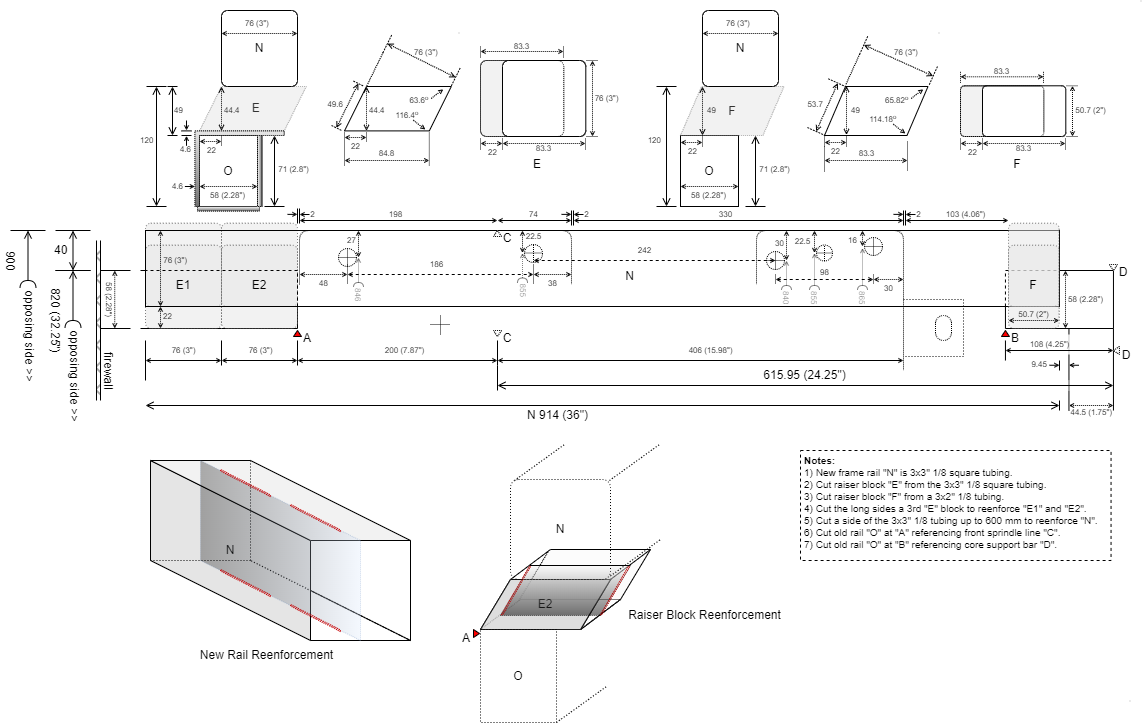
Before: 614-front-rail.png, a diagram exported from draw.io (mcgitty/mustang-614). Source tidied: cells renumbered, new cells last; positions are measured from the earlier drawing's top-left corner, leaving out a move shared by most shapes.
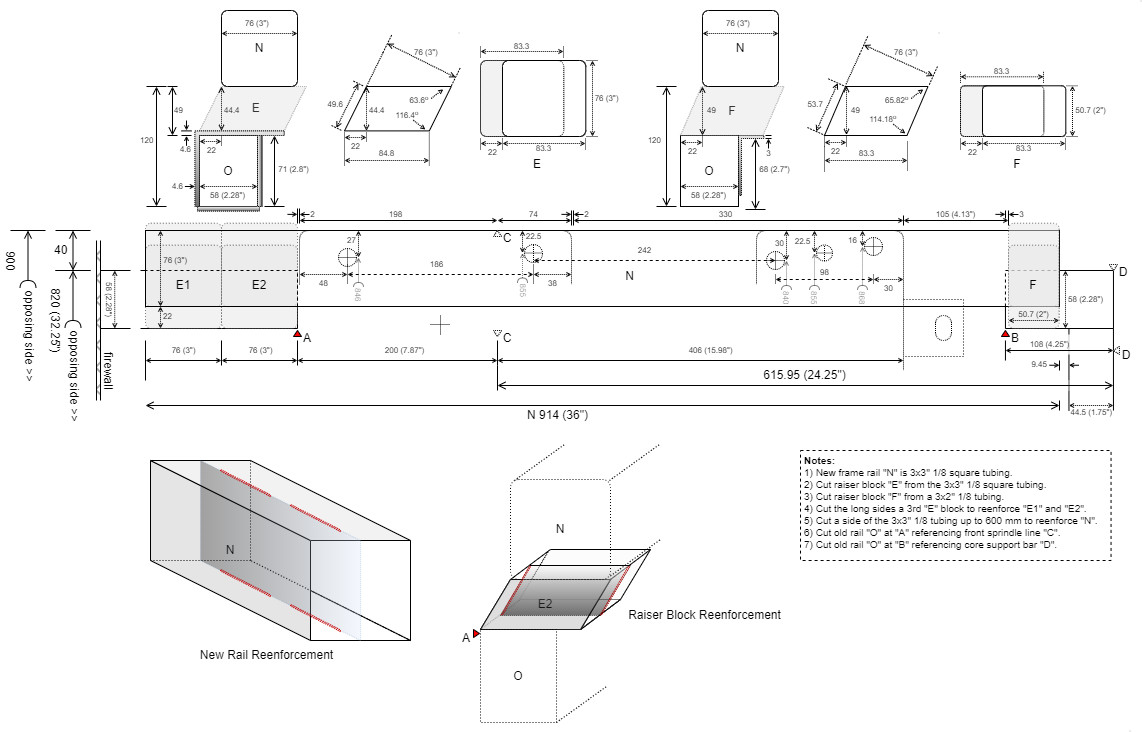
After the change.

Commit message:
Add lower corner support for F

Change to the diagram source:
```diff
@@ -219,12 +219,12 @@
       <mxGeometry x="1081" y="289" width="60" height="20" as="geometry" />
     </mxCell>
     <mxCell id="54" style="group;" parent="1" vertex="1">
-      <mxGeometry x="919" y="204" width="35" height="21" as="geometry" />
+      <mxGeometry x="1022" y="204" width="35" height="21" as="geometry" />
     </mxCell>
     <mxCell id="55" style="endArrow=none;html=1;strokeWidth=1;rounded=0;" parent="54" edge="1">
       <mxGeometry relative="1" as="geometry">
-        <mxPoint x="10" y="6" as="sourcePoint" />
-        <mxPoint x="10" y="21" as="targetPoint" />
+        <mxPoint x="9" y="6" as="sourcePoint" />
+        <mxPoint x="9" y="14" as="targetPoint" />
       </mxGeometry>
     </mxCell>
     <mxCell id="56" style="endArrow=none;html=1;strokeWidth=1;rounded=0;" parent="54" edge="1">
@@ -235,8 +235,8 @@
     </mxCell>
     <mxCell id="57" style="endArrow=open;html=1;rounded=0;endFill=0;startArrow=none;startFill=0;endSize=3;" parent="54" edge="1">
       <mxGeometry relative="1" as="geometry">
-        <mxPoint y="9.9" as="sourcePoint" />
-        <mxPoint x="10" y="9.9" as="targetPoint" />
+        <mxPoint x="-1" y="9.9" as="sourcePoint" />
+        <mxPoint x="9" y="9.9" as="targetPoint" />
       </mxGeometry>
     </mxCell>
     <mxCell id="58" style="endArrow=none;html=1;rounded=0;endFill=0;startArrow=open;startFill=0;startSize=3;" parent="54" edge="1">
@@ -245,12 +245,12 @@
         <mxPoint x="22" y="10" as="targetPoint" />
       </mxGeometry>
     </mxCell>
-    <mxCell id="59" value="2" style="text;html=1;align=center;verticalAlign=middle;fillColor=none;strokeColor=none;rounded=0;rotation=0;spacing=0;fontSize=8;" parent="54" vertex="1">
+    <mxCell id="59" value="3" style="text;html=1;align=center;verticalAlign=middle;fillColor=none;strokeColor=none;rounded=0;rotation=0;spacing=0;fontSize=8;" parent="54" vertex="1">
       <mxGeometry x="15" width="20" height="20" as="geometry" />
     </mxCell>
     <mxCell id="60" style="endArrow=open;html=1;rounded=0;endFill=0;startArrow=open;startFill=0;endSize=3;startSize=3;" parent="1" edge="1">
       <mxGeometry relative="1" as="geometry">
-        <mxPoint x="931" y="220" as="sourcePoint" />
+        <mxPoint x="929" y="220" as="sourcePoint" />
         <mxPoint x="1034" y="220" as="targetPoint" />
       </mxGeometry>
     </mxCell>
@@ -366,10 +366,10 @@
       <mxGeometry x="1139" y="346" width="6" height="8" as="geometry" />
     </mxCell>
     <mxCell id="87" style="ellipse;whiteSpace=wrap;html=1;fillColor=none;strokeColor=#E6E6E6;" parent="1" vertex="1">
-      <mxGeometry x="1155" y="700" width="1" height="1" as="geometry" />
+      <mxGeometry x="1155" y="730" width="1" height="1" as="geometry" />
     </mxCell>
-    <mxCell id="88" value="103 (4.06&quot;)" style="text;html=1;align=center;verticalAlign=top;fillColor=none;strokeColor=none;rounded=0;rotation=0;spacing=0;fontSize=8;" parent="1" vertex="1">
-      <mxGeometry x="961" y="205" width="60" height="20" as="geometry" />
+    <mxCell id="88" value="105 (4.13&quot;)" style="text;html=1;align=center;verticalAlign=top;fillColor=none;strokeColor=none;rounded=0;rotation=0;spacing=0;fontSize=8;" parent="1" vertex="1">
+      <mxGeometry x="951" y="205" width="60" height="20" as="geometry" />
     </mxCell>
     <mxCell id="89" style="whiteSpace=wrap;html=1;fillStyle=solid;fillColor=#E6E6E6;strokeColor=default;opacity=50;dashed=1;dashPattern=1 2;rounded=1;arcSize=11;" parent="1" vertex="1">
       <mxGeometry x="1034" y="222.7" width="50.7" height="83.3" as="geometry" />
@@ -660,16 +660,16 @@
       <mxGeometry x="-5" y="43.5" width="30" height="20" as="geometry" />
     </mxCell>
     <mxCell id="154" style="group;" parent="1" vertex="1">
-      <mxGeometry x="878" y="247.5" width="20" height="73.5" as="geometry" />
+      <mxGeometry x="878" y="246" width="25" height="76" as="geometry" />
     </mxCell>
     <mxCell id="155" style="endArrow=open;html=1;rounded=0;endFill=0;startArrow=halfCircle;startFill=0;endSize=3;startSize=3;dashed=1;dashPattern=1 1;opacity=50;" parent="154" edge="1">
       <mxGeometry relative="1" as="geometry">
-        <mxPoint x="10" y="42.5" as="sourcePoint" />
+        <mxPoint x="10" y="43.9" as="sourcePoint" />
         <mxPoint x="10" as="targetPoint" />
       </mxGeometry>
     </mxCell>
-    <mxCell id="156" value="865" style="text;html=1;align=left;verticalAlign=middle;fillColor=none;strokeColor=none;rounded=0;rotation=90;fontSize=8;spacing=0;textOpacity=50;" parent="154" vertex="1">
-      <mxGeometry x="-5" y="48.5" width="30" height="20" as="geometry" />
+    <mxCell id="156" value="868" style="text;html=1;align=left;verticalAlign=middle;fillColor=none;strokeColor=none;rounded=0;rotation=90;fontSize=8;spacing=0;textOpacity=50;" parent="154" vertex="1">
+      <mxGeometry x="-5" y="50.1" width="30" height="20" as="geometry" />
     </mxCell>
     <mxCell id="157" style="group;" parent="1" vertex="1">
       <mxGeometry x="539" y="226" width="40" height="26.5" as="geometry" />
@@ -1559,7 +1559,7 @@
     <mxCell id="372" value="58 (2.28&quot;)" style="text;html=1;align=center;verticalAlign=top;fillColor=none;strokeColor=none;rounded=0;rotation=0;spacing=0;fontSize=8;" parent="370" vertex="1">
       <mxGeometry x="3" width="50" height="20" as="geometry" />
     </mxCell>
-    <mxCell id="373" value="71 (2.8&quot;)" style="text;html=1;align=center;verticalAlign=middle;fillColor=none;strokeColor=none;rounded=0;rotation=0;fontSize=8;spacing=0;" parent="360" vertex="1">
+    <mxCell id="373" value="68 (2.7&quot;)" style="text;html=1;align=center;verticalAlign=middle;fillColor=none;strokeColor=none;rounded=0;rotation=0;fontSize=8;spacing=0;" parent="360" vertex="1">
       <mxGeometry x="119" y="149" width="50" height="20" as="geometry" />
     </mxCell>
     <mxCell id="374" value="49" style="text;html=1;align=left;verticalAlign=middle;fillColor=none;strokeColor=none;rounded=0;rotation=0;fontSize=8;spacing=0;" parent="360" vertex="1">
@@ -1599,7 +1599,7 @@
       <mxGeometry y="44" width="30" height="20" as="geometry" />
     </mxCell>
     <mxCell id="382" style="group;" parent="360" vertex="1">
-      <mxGeometry x="115" y="125" width="20" height="71" as="geometry" />
+      <mxGeometry x="115" y="128" width="20" height="71" as="geometry" />
     </mxCell>
     <mxCell id="383" style="endArrow=none;html=1;rounded=0;" parent="382" edge="1">
       <mxGeometry relative="1" as="geometry">
@@ -1613,6 +1613,30 @@
         <mxPoint x="10" as="targetPoint" />
       </mxGeometry>
     </mxCell>
+    <mxCell id="413" style="shape=corner;whiteSpace=wrap;html=1;dx=3.0;dy=3.0;rotation=0;gradientColor=#707070;dashed=1;dashPattern=1 1;fillColor=#E6E6E6;" parent="360" vertex="1">
+      <mxGeometry x="108" y="125" width="25.3" height="60" as="geometry" />
+    </mxCell>
+    <mxCell id="414" style="endArrow=none;html=1;strokeWidth=1;rounded=0;" parent="360" edge="1">
+      <mxGeometry relative="1" as="geometry">
+        <mxPoint x="135" y="125" as="sourcePoint" />
+        <mxPoint x="141" y="125" as="targetPoint" />
+      </mxGeometry>
+    </mxCell>
+    <mxCell id="415" style="endArrow=none;html=1;strokeWidth=1;rounded=0;" parent="360" edge="1">
+      <mxGeometry relative="1" as="geometry">
+        <mxPoint x="135" y="128" as="sourcePoint" />
+        <mxPoint x="141" y="128" as="targetPoint" />
+      </mxGeometry>
+    </mxCell>
+    <mxCell id="416" style="endArrow=none;html=1;rounded=0;endFill=0;startArrow=open;startFill=0;startSize=3;endSize=3;" parent="360" edge="1">
+      <mxGeometry relative="1" as="geometry">
+        <mxPoint x="138" y="128" as="sourcePoint" />
+        <mxPoint x="138" y="138" as="targetPoint" />
+      </mxGeometry>
+    </mxCell>
+    <mxCell id="417" value="3" style="text;html=1;align=center;verticalAlign=middle;fillColor=none;strokeColor=none;rounded=0;rotation=0;spacing=0;fontSize=8;" parent="360" vertex="1">
+      <mxGeometry x="128" y="133" width="20" height="20" as="geometry" />
+    </mxCell>
     <mxCell id="385" style="group;" parent="1" vertex="1">
       <mxGeometry x="808" y="32" width="157" height="139" as="geometry" />
     </mxCell>
@@ -1724,5 +1748,11 @@
     <mxCell id="412" style="ellipse;whiteSpace=wrap;html=1;fillColor=none;strokeColor=#E6E6E6;" parent="385" vertex="1">
       <mxGeometry x="156" width="1" height="1" as="geometry" />
     </mxCell>
+    <mxCell id="418" style="endArrow=none;html=1;strokeWidth=1;rounded=0;" parent="1" edge="1">
+      <mxGeometry relative="1" as="geometry">
+        <mxPoint x="929" y="215" as="sourcePoint" />
+        <mxPoint x="929" y="225" as="targetPoint" />
+      </mxGeometry>
+    </mxCell>
   </root>
 </mxGraphModel>
```
